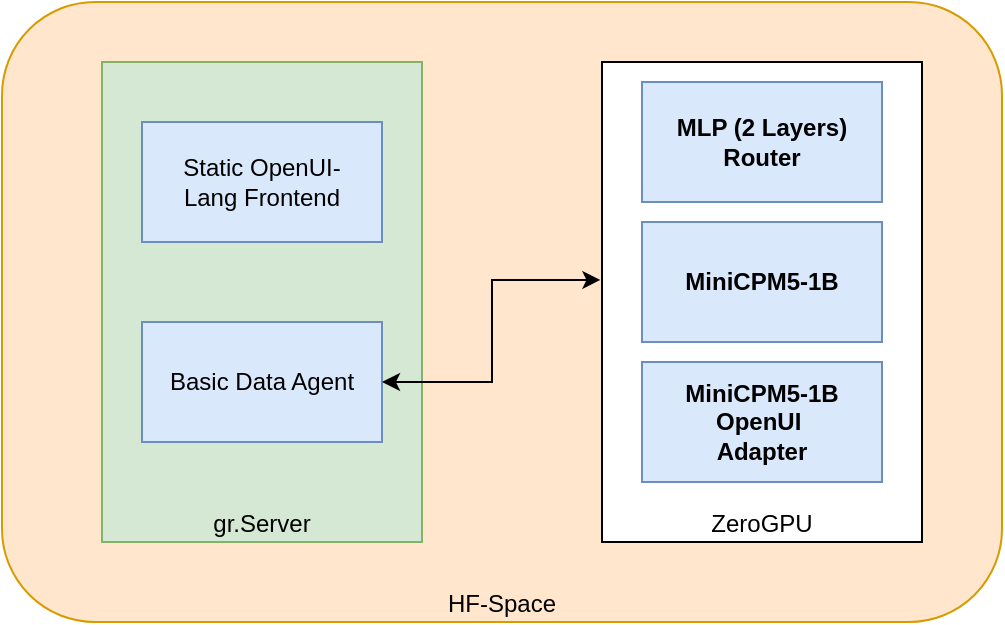
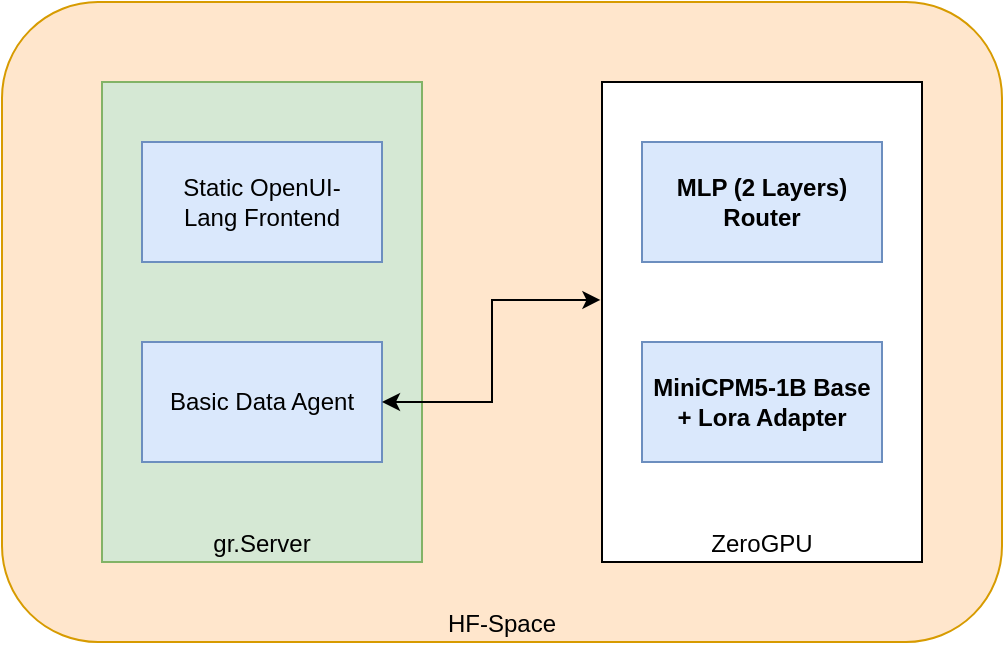
<mxfile host="Electron">
  <diagram name="Seite-1" id="Z_07zFW2PthRbsxnoF9q">
    <mxGraphModel dx="1201" dy="828" grid="1" gridSize="10" guides="1" tooltips="1" connect="1" arrows="1" fold="1" page="1" pageScale="1" pageWidth="827" pageHeight="1169" math="0" shadow="0">
      <root>
        <mxCell id="0" />
        <mxCell id="1" parent="0" />
        <mxCell id="dNtx9LtnxsNZWUKO8sMo-1" parent="1" style="rounded=1;whiteSpace=wrap;html=1;fillColor=#ffe6cc;strokeColor=#d79b00;verticalAlign=bottom;" value="HF-Space" vertex="1">
-           <mxGeometry height="310" width="500" x="210" y="90" as="geometry" />
+           <mxGeometry height="320" width="500" x="210" y="80" as="geometry" />
        </mxCell>
        <mxCell id="dNtx9LtnxsNZWUKO8sMo-2" parent="1" style="rounded=0;whiteSpace=wrap;html=1;verticalAlign=bottom;fillColor=#d5e8d4;strokeColor=#82b366;" value="gr.Server" vertex="1">
          <mxGeometry height="240" width="160" x="260" y="120" as="geometry" />
        </mxCell>
        <mxCell id="dNtx9LtnxsNZWUKO8sMo-3" parent="1" style="rounded=0;whiteSpace=wrap;html=1;verticalAlign=bottom;" value="ZeroGPU" vertex="1">
          <mxGeometry height="240" width="160" x="510" y="120" as="geometry" />
        </mxCell>
        <mxCell id="dNtx9LtnxsNZWUKO8sMo-4" parent="1" style="rounded=0;whiteSpace=wrap;html=1;fillColor=#dae8fc;strokeColor=#6c8ebf;" value="Static OpenUI-&lt;div&gt;Lang Frontend&lt;/div&gt;" vertex="1">
          <mxGeometry height="60" width="120" x="280" y="150" as="geometry" />
        </mxCell>
-         <mxCell id="dNtx9LtnxsNZWUKO8sMo-5" parent="1" style="rounded=0;whiteSpace=wrap;html=1;fillColor=#dae8fc;strokeColor=#6c8ebf;" value="&lt;strong&gt;MiniCPM5-1B&lt;/strong&gt;" vertex="1">
-           <mxGeometry height="60" width="120" x="530" y="200" as="geometry" />
+         <mxCell id="dNtx9LtnxsNZWUKO8sMo-5" parent="1" style="rounded=0;whiteSpace=wrap;html=1;fillColor=#dae8fc;strokeColor=#6c8ebf;" value="&lt;strong&gt;MiniCPM5-1B Base&lt;/strong&gt;&lt;div&gt;&lt;strong&gt;+ Lora Adapter&lt;/strong&gt;&lt;/div&gt;" vertex="1">
+           <mxGeometry height="60" width="120" x="530" y="250" as="geometry" />
        </mxCell>
        <mxCell id="dNtx9LtnxsNZWUKO8sMo-6" parent="1" style="rounded=0;whiteSpace=wrap;html=1;fillColor=#dae8fc;strokeColor=#6c8ebf;" value="&lt;b&gt;MLP (2 Layers)&lt;br&gt;Router&lt;/b&gt;" vertex="1">
-           <mxGeometry height="60" width="120" x="530" y="130" as="geometry" />
-         </mxCell>
-         <mxCell id="dNtx9LtnxsNZWUKO8sMo-7" parent="1" style="rounded=0;whiteSpace=wrap;html=1;fillColor=#dae8fc;strokeColor=#6c8ebf;" value="&lt;strong&gt;MiniCPM5-1B&lt;/strong&gt;&lt;div&gt;&lt;strong&gt;OpenUI&amp;nbsp;&lt;/strong&gt;&lt;/div&gt;&lt;div&gt;&lt;strong&gt;Adapter&lt;/strong&gt;&lt;/div&gt;" vertex="1">
-           <mxGeometry height="60" width="120" x="530" y="270" as="geometry" />
+           <mxGeometry height="60" width="120" x="530" y="150" as="geometry" />
        </mxCell>
        <mxCell id="dNtx9LtnxsNZWUKO8sMo-8" parent="1" style="rounded=0;whiteSpace=wrap;html=1;fillColor=#dae8fc;strokeColor=#6c8ebf;" value="Basic Data Agent" vertex="1">
          <mxGeometry height="60" width="120" x="280" y="250" as="geometry" />
        </mxCell>
        <mxCell id="dNtx9LtnxsNZWUKO8sMo-9" edge="1" parent="1" source="dNtx9LtnxsNZWUKO8sMo-8" style="edgeStyle=orthogonalEdgeStyle;rounded=0;orthogonalLoop=1;jettySize=auto;html=1;entryX=-0.005;entryY=0.454;entryDx=0;entryDy=0;entryPerimeter=0;startArrow=classic;startFill=1;" target="dNtx9LtnxsNZWUKO8sMo-3">
          <mxGeometry relative="1" as="geometry" />
        </mxCell>
      </root>
    </mxGraphModel>
  </diagram>
</mxfile>
